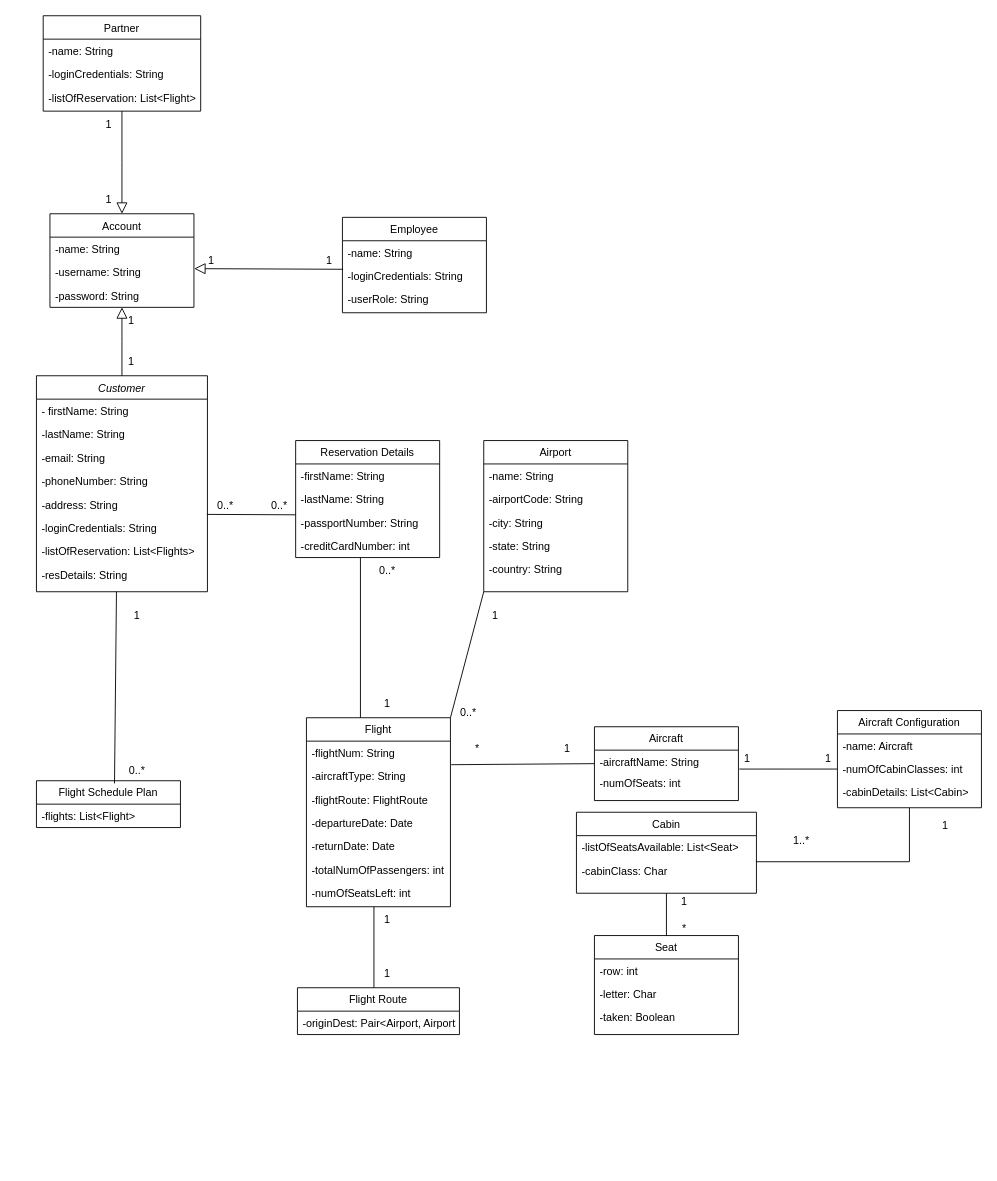
Above: Untitled Diagram.drawio in glennquah/Flight-Enterprise-System (draw.io), before the change. Source tidied: cells renumbered, new cells numbered last; positions are measured from the earlier drawing's top-left corner, leaving out a move shared by most shapes. Both pictures are drawn from the tidied source at 90%, with x=0, y=0 at pixel (36, 15).
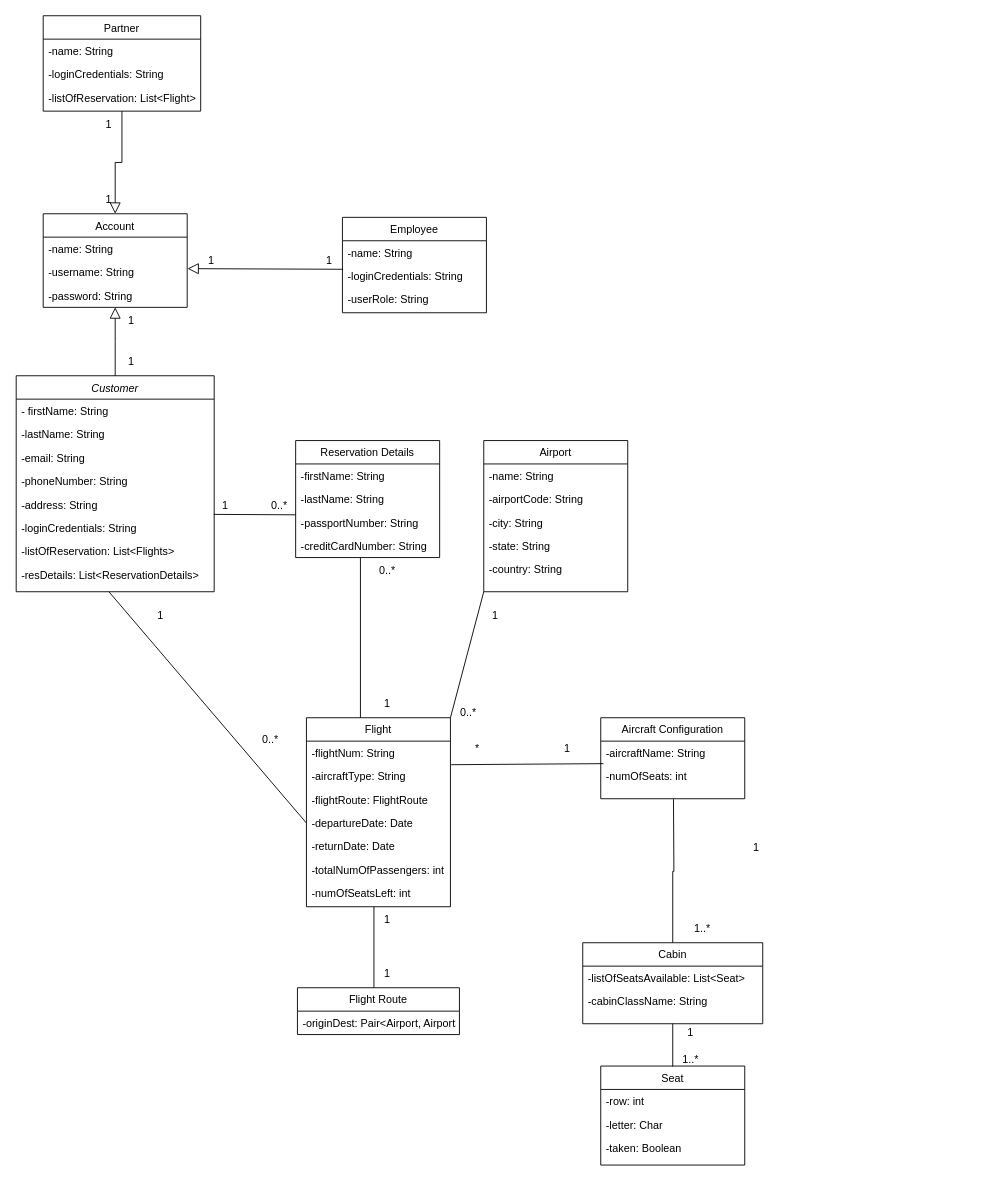
After the change.

The change refers to these unchanged cells:
```xml
<mxCell id="13" value="-aircraftType: String" style="text;align=left;verticalAlign=top;spacingLeft=4;spacingRight=4;overflow=hidden;points=[[0,0.5],[1,0.5]];portConstraint=eastwest;rounded=0;shadow=0;html=0;" parent="11" vertex="1">
  <mxGeometry y="52" width="160" height="26" as="geometry" />
</mxCell>
<mxCell id="15" value="-departureDate: Date" style="text;align=left;verticalAlign=top;spacingLeft=4;spacingRight=4;overflow=hidden;points=[[0,0.5],[1,0.5]];portConstraint=eastwest;rounded=0;shadow=0;html=0;" parent="11" vertex="1">
  <mxGeometry y="104" width="160" height="26" as="geometry" />
</mxCell>
<mxCell id="24" value="Reservation Details" style="swimlane;fontStyle=0;align=center;verticalAlign=top;horizontal=1;startSize=26;rounded=0;shadow=0;strokeWidth=1;" parent="1" vertex="1">
  <mxGeometry x="288" y="472" width="160" height="130" as="geometry" />
</mxCell>
<mxCell id="59" value="Employee" style="swimlane;fontStyle=0;align=center;verticalAlign=top;horizontal=1;startSize=26;rounded=0;shadow=0;strokeWidth=1;" parent="1" vertex="1">
  <mxGeometry x="340" y="224" width="160" height="106" as="geometry" />
</mxCell>
<mxCell id="80" value="Airport" style="swimlane;fontStyle=0;align=center;verticalAlign=top;horizontal=1;startSize=26;rounded=0;shadow=0;strokeWidth=1;" parent="1" vertex="1">
  <mxGeometry x="497" y="472" width="160" height="168" as="geometry" />
</mxCell>
```

The edit, as a diff of the source:
```diff
@@
     <mxCell id="2" value="Customer&#10;" style="swimlane;fontStyle=2;align=center;verticalAlign=top;horizontal=1;startSize=26;rounded=0;shadow=0;strokeWidth=1;" parent="1" vertex="1">
-      <mxGeometry y="400" width="190" height="240" as="geometry" />
+      <mxGeometry x="-22.5" y="400" width="220" height="240" as="geometry" />
     </mxCell>
     <mxCell id="3" value="- firstName: String" style="text;align=left;verticalAlign=top;spacingLeft=4;spacingRight=4;overflow=hidden;" parent="2" vertex="1">
-      <mxGeometry y="26" width="190" height="26" as="geometry" />
+      <mxGeometry y="26" width="220" height="26" as="geometry" />
     </mxCell>
     <mxCell id="4" value="-lastName: String" style="text;align=left;verticalAlign=top;spacingLeft=4;spacingRight=4;overflow=hidden;rounded=0;shadow=0;html=0;" parent="2" vertex="1">
-      <mxGeometry y="52" width="190" height="26" as="geometry" />
+      <mxGeometry y="52" width="220" height="26" as="geometry" />
     </mxCell>
     <mxCell id="5" value="-email: String" style="text;align=left;verticalAlign=top;spacingLeft=4;spacingRight=4;overflow=hidden;rounded=0;shadow=0;html=0;" parent="2" vertex="1">
-      <mxGeometry y="78" width="190" height="26" as="geometry" />
+      <mxGeometry y="78" width="220" height="26" as="geometry" />
     </mxCell>
     <mxCell id="6" value="-phoneNumber: String" style="text;align=left;verticalAlign=top;spacingLeft=4;spacingRight=4;overflow=hidden;rounded=0;shadow=0;html=0;" parent="2" vertex="1">
-      <mxGeometry y="104" width="190" height="26" as="geometry" />
+      <mxGeometry y="104" width="220" height="26" as="geometry" />
     </mxCell>
     <mxCell id="7" value="-address: String" style="text;align=left;verticalAlign=top;spacingLeft=4;spacingRight=4;overflow=hidden;points=[[0,0.5],[1,0.5]];portConstraint=eastwest;rounded=0;shadow=0;html=0;" parent="2" vertex="1">
-      <mxGeometry y="130" width="190" height="26" as="geometry" />
+      <mxGeometry y="130" width="220" height="26" as="geometry" />
     </mxCell>
     <mxCell id="8" value="-loginCredentials: String" style="text;align=left;verticalAlign=top;spacingLeft=4;spacingRight=4;overflow=hidden;rounded=0;shadow=0;html=0;" parent="2" vertex="1">
-      <mxGeometry y="156" width="190" height="26" as="geometry" />
+      <mxGeometry y="156" width="220" height="26" as="geometry" />
     </mxCell>
     <mxCell id="9" value="-listOfReservation: List&lt;Flights&gt;" style="text;align=left;verticalAlign=top;spacingLeft=4;spacingRight=4;overflow=hidden;rounded=0;shadow=0;html=0;" parent="2" vertex="1">
-      <mxGeometry y="182" width="190" height="26" as="geometry" />
+      <mxGeometry y="182" width="220" height="26" as="geometry" />
     </mxCell>
-    <mxCell id="10" value="-resDetails: String" style="text;align=left;verticalAlign=top;spacingLeft=4;spacingRight=4;overflow=hidden;points=[[0,0.5],[1,0.5]];portConstraint=eastwest;rounded=0;shadow=0;html=0;" parent="2" vertex="1">
-      <mxGeometry y="208" width="190" height="26" as="geometry" />
-    </mxCell>
+    <mxCell id="96" value="-resDetails: List&lt;ReservationDetails&gt;" style="text;align=left;verticalAlign=top;spacingLeft=4;spacingRight=4;overflow=hidden;points=[[0,0.5],[1,0.5]];portConstraint=eastwest;rounded=0;shadow=0;html=0;" parent="2" vertex="1">
+      <mxGeometry y="208" width="220" height="26" as="geometry" />
+    </mxCell>
@@
     <mxCell id="19" value="Account" style="swimlane;fontStyle=0;align=center;verticalAlign=top;horizontal=1;startSize=26;rounded=0;shadow=0;strokeWidth=1;" parent="1" vertex="1">
-      <mxGeometry x="15" y="220" width="160" height="104" as="geometry" />
+      <mxGeometry x="7.5" y="220" width="160" height="104" as="geometry" />
     </mxCell>
-    <mxCell id="20" value="-name: String" style="text;align=left;verticalAlign=top;spacingLeft=4;spacingRight=4;overflow=hidden;" parent="19" vertex="1">
-      <mxGeometry y="26" width="160" height="26" as="geometry" />
-    </mxCell>
+    <mxCell id="97" value="-name: String" style="text;align=left;verticalAlign=top;spacingLeft=4;spacingRight=4;overflow=hidden;" parent="19" vertex="1">
+      <mxGeometry y="26" width="160" height="26" as="geometry" />
+    </mxCell>
@@
-    <mxCell id="28" value="-creditCardNumber: int" style="text;align=left;verticalAlign=top;spacingLeft=4;spacingRight=4;overflow=hidden;rounded=0;shadow=0;html=0;" parent="24" vertex="1">
-      <mxGeometry y="104" width="160" height="26" as="geometry" />
-    </mxCell>
+    <mxCell id="98" value="-creditCardNumber: String" style="text;align=left;verticalAlign=top;spacingLeft=4;spacingRight=4;overflow=hidden;rounded=0;shadow=0;html=0;" parent="24" vertex="1">
+      <mxGeometry y="104" width="160" height="26" as="geometry" />
+    </mxCell>
@@
-    <mxCell id="33" value="Flight Schedule Plan" style="swimlane;fontStyle=0;align=center;verticalAlign=top;horizontal=1;startSize=26;rounded=0;shadow=0;strokeWidth=1;" parent="1" vertex="1">
-      <mxGeometry y="850" width="160" height="52" as="geometry" />
-    </mxCell>
-    <mxCell id="34" value="-flights: List&lt;Flight&gt;" style="text;align=left;verticalAlign=top;spacingLeft=4;spacingRight=4;overflow=hidden;" parent="33" vertex="1">
-      <mxGeometry y="26" width="160" height="26" as="geometry" />
-    </mxCell>
-    <mxCell id="35" value="1" style="text;html=1;strokeColor=none;fillColor=none;align=center;verticalAlign=middle;whiteSpace=wrap;rounded=0;" parent="1" vertex="1">
-      <mxGeometry x="82" y="652" width="60" height="30" as="geometry" />
-    </mxCell>
-    <mxCell id="36" value="0..*" style="text;html=1;strokeColor=none;fillColor=none;align=center;verticalAlign=middle;whiteSpace=wrap;rounded=0;" parent="1" vertex="1">
-      <mxGeometry x="82" y="824" width="60" height="30" as="geometry" />
-    </mxCell>
-    <mxCell id="37" value="0..*" style="text;html=1;strokeColor=none;fillColor=none;align=center;verticalAlign=middle;whiteSpace=wrap;rounded=0;" parent="1" vertex="1">
-      <mxGeometry x="180" y="530" width="60" height="30" as="geometry" />
-    </mxCell>
+    <mxCell id="99" value="1" style="text;html=1;strokeColor=none;fillColor=none;align=center;verticalAlign=middle;whiteSpace=wrap;rounded=0;" parent="1" vertex="1">
+      <mxGeometry x="107.5" y="652" width="60" height="30" as="geometry" />
+    </mxCell>
+    <mxCell id="100" value="0..*" style="text;html=1;strokeColor=none;fillColor=none;align=center;verticalAlign=middle;whiteSpace=wrap;rounded=0;" parent="1" vertex="1">
+      <mxGeometry x="230" y="790" width="60" height="30" as="geometry" />
+    </mxCell>
+    <mxCell id="101" value="1" style="text;html=1;strokeColor=none;fillColor=none;align=center;verticalAlign=middle;whiteSpace=wrap;rounded=0;" parent="1" vertex="1">
+      <mxGeometry x="180" y="530" width="60" height="30" as="geometry" />
+    </mxCell>
@@
-    <mxCell id="39" style="edgeStyle=orthogonalEdgeStyle;rounded=0;jettySize=auto;html=1;entryX=0.5;entryY=1;entryDx=0;entryDy=0;endArrow=none;endFill=0;" parent="1" edge="1" target="89">
-      <mxGeometry relative="1" as="geometry">
-        <mxPoint x="800" y="939" as="sourcePoint" />
-        <Array as="points">
-          <mxPoint x="970" y="940" />
-        </Array>
-      </mxGeometry>
-    </mxCell>
     <mxCell id="40" value="Cabin" style="swimlane;fontStyle=0;align=center;verticalAlign=top;horizontal=1;startSize=26;rounded=0;shadow=0;strokeWidth=1;" parent="1" vertex="1">
-      <mxGeometry x="600" y="885" width="200" height="90" as="geometry" />
+      <mxGeometry x="607" y="1030" width="200" height="90" as="geometry" />
     </mxCell>
@@
-    <mxCell id="42" value="-cabinClass: Char" style="text;align=left;verticalAlign=top;spacingLeft=4;spacingRight=4;overflow=hidden;rounded=0;shadow=0;html=0;" parent="40" vertex="1">
-      <mxGeometry y="52" width="200" height="26" as="geometry" />
-    </mxCell>
-    <mxCell id="43" value="1" style="text;html=1;strokeColor=none;fillColor=none;align=center;verticalAlign=middle;whiteSpace=wrap;rounded=0;" parent="1" vertex="1">
-      <mxGeometry x="980" y="885" width="60" height="30" as="geometry" />
-    </mxCell>
-    <mxCell id="44" value="1..*" style="text;html=1;strokeColor=none;fillColor=none;align=center;verticalAlign=middle;whiteSpace=wrap;rounded=0;" parent="1" vertex="1">
-      <mxGeometry x="820" y="902" width="60" height="30" as="geometry" />
-    </mxCell>
+    <mxCell id="102" value="-cabinClassName: String" style="text;align=left;verticalAlign=top;spacingLeft=4;spacingRight=4;overflow=hidden;rounded=0;shadow=0;html=0;" parent="40" vertex="1">
+      <mxGeometry y="52" width="200" height="26" as="geometry" />
+    </mxCell>
+    <mxCell id="103" value="1" style="text;html=1;strokeColor=none;fillColor=none;align=center;verticalAlign=middle;whiteSpace=wrap;rounded=0;" parent="1" vertex="1">
+      <mxGeometry x="770" y="910" width="60" height="30" as="geometry" />
+    </mxCell>
+    <mxCell id="104" value="1..*" style="text;html=1;strokeColor=none;fillColor=none;align=center;verticalAlign=middle;whiteSpace=wrap;rounded=0;" parent="1" vertex="1">
+      <mxGeometry x="710" y="1000" width="60" height="30" as="geometry" />
+    </mxCell>
     <mxCell id="45" value="Seat" style="swimlane;fontStyle=0;align=center;verticalAlign=top;horizontal=1;startSize=26;rounded=0;shadow=0;strokeWidth=1;" parent="1" vertex="1">
-      <mxGeometry x="620" y="1022" width="160" height="110" as="geometry" />
+      <mxGeometry x="627" y="1167" width="160" height="110" as="geometry" />
     </mxCell>
@@
-    <mxCell id="49" value="1" style="text;html=1;strokeColor=none;fillColor=none;align=center;verticalAlign=middle;whiteSpace=wrap;rounded=0;" parent="1" vertex="1">
-      <mxGeometry x="690" y="970" width="60" height="30" as="geometry" />
-    </mxCell>
-    <mxCell id="50" value="*" style="text;html=1;strokeColor=none;fillColor=none;align=center;verticalAlign=middle;whiteSpace=wrap;rounded=0;" parent="1" vertex="1">
-      <mxGeometry x="690" y="1000" width="60" height="30" as="geometry" />
-    </mxCell>
+    <mxCell id="105" value="1" style="text;html=1;strokeColor=none;fillColor=none;align=center;verticalAlign=middle;whiteSpace=wrap;rounded=0;" parent="1" vertex="1">
+      <mxGeometry x="697" y="1115" width="60" height="30" as="geometry" />
+    </mxCell>
+    <mxCell id="106" value="1..*" style="text;html=1;strokeColor=none;fillColor=none;align=center;verticalAlign=middle;whiteSpace=wrap;rounded=0;" parent="1" vertex="1">
+      <mxGeometry x="697" y="1145" width="60" height="30" as="geometry" />
+    </mxCell>
@@
-    <mxCell id="57" style="endArrow=none;html=1;rounded=0;entryX=0.542;entryY=0.058;entryDx=0;entryDy=0;exitX=0.468;exitY=1.229;exitDx=0;exitDy=0;entryPerimeter=0;exitPerimeter=0;" parent="1" edge="1" source="10" target="33">
-      <mxGeometry relative="1" as="geometry" />
-    </mxCell>
+    <mxCell id="107" style="endArrow=none;html=1;rounded=0;entryX=0;entryY=0.5;entryDx=0;entryDy=0;exitX=0.468;exitY=1.229;exitDx=0;exitDy=0;exitPerimeter=0;" parent="1" edge="1" source="96" target="15">
+      <mxGeometry relative="1" as="geometry" />
+    </mxCell>
@@
-    <mxCell id="60" value="-name: String" style="text;align=left;verticalAlign=top;spacingLeft=4;spacingRight=4;overflow=hidden;" parent="59" vertex="1">
-      <mxGeometry y="26" width="160" height="26" as="geometry" />
-    </mxCell>
+    <mxCell id="108" value="-name: String" style="text;align=left;verticalAlign=top;spacingLeft=4;spacingRight=4;overflow=hidden;" parent="59" vertex="1">
+      <mxGeometry y="26" width="160" height="26" as="geometry" />
+    </mxCell>
@@
-    <mxCell id="72" value="Aircraft" style="swimlane;fontStyle=0;align=center;verticalAlign=top;horizontal=1;startSize=26;rounded=0;shadow=0;strokeWidth=1;" parent="1" vertex="1">
-      <mxGeometry x="620" y="790" width="160" height="82" as="geometry" />
-    </mxCell>
-    <mxCell id="73" value="-aircraftName: String" style="text;align=left;verticalAlign=top;spacingLeft=4;spacingRight=4;overflow=hidden;" parent="72" vertex="1">
-      <mxGeometry y="26" width="160" height="24" as="geometry" />
-    </mxCell>
-    <mxCell id="74" value="-numOfSeats: int" style="text;align=left;verticalAlign=top;spacingLeft=4;spacingRight=4;overflow=hidden;points=[[0,0.5],[1,0.5]];portConstraint=eastwest;" parent="72" vertex="1">
-      <mxGeometry y="50" width="160" height="20" as="geometry" />
-    </mxCell>
@@
-    <mxCell id="77" style="endArrow=none;html=1;rounded=0;entryX=0;entryY=0.5;entryDx=0;entryDy=0;exitX=1.005;exitY=0.006;exitDx=0;exitDy=0;exitPerimeter=0;" parent="1" edge="1" source="13" target="72">
-      <mxGeometry relative="1" as="geometry" />
-    </mxCell>
+    <mxCell id="109" style="endArrow=none;html=1;rounded=0;entryX=0;entryY=0.5;entryDx=0;entryDy=0;exitX=1.005;exitY=0.006;exitDx=0;exitDy=0;exitPerimeter=0;" parent="1" edge="1" source="13">
+      <mxGeometry relative="1" as="geometry">
+        <mxPoint x="630" y="831" as="targetPoint" />
+      </mxGeometry>
+    </mxCell>
@@
-    <mxCell id="81" value="-name: String" style="text;align=left;verticalAlign=top;spacingLeft=4;spacingRight=4;overflow=hidden;" parent="80" vertex="1">
-      <mxGeometry y="26" width="160" height="26" as="geometry" />
-    </mxCell>
+    <mxCell id="110" value="-name: String" style="text;align=left;verticalAlign=top;spacingLeft=4;spacingRight=4;overflow=hidden;" parent="80" vertex="1">
+      <mxGeometry y="26" width="160" height="26" as="geometry" />
+    </mxCell>
@@
     <mxCell id="89" value="Aircraft Configuration" style="swimlane;fontStyle=0;align=center;verticalAlign=top;horizontal=1;startSize=26;rounded=0;shadow=0;strokeWidth=1;" parent="1" vertex="1">
-      <mxGeometry x="890" y="772" width="160" height="108" as="geometry" />
+      <mxGeometry x="627" y="780" width="160" height="90" as="geometry" />
     </mxCell>
-    <mxCell id="90" value="-name: Aircraft" style="text;align=left;verticalAlign=top;spacingLeft=4;spacingRight=4;overflow=hidden;" parent="89" vertex="1">
-      <mxGeometry y="26" width="160" height="26" as="geometry" />
-    </mxCell>
-    <mxCell id="91" value="-numOfCabinClasses: int" style="text;align=left;verticalAlign=top;spacingLeft=4;spacingRight=4;overflow=hidden;points=[[0,0.5],[1,0.5]];portConstraint=eastwest;rounded=0;shadow=0;html=0;" parent="89" vertex="1">
-      <mxGeometry y="52" width="160" height="26" as="geometry" />
-    </mxCell>
-    <mxCell id="92" value="-cabinDetails: List&lt;Cabin&gt;" style="text;align=left;verticalAlign=top;spacingLeft=4;spacingRight=4;overflow=hidden;rounded=0;shadow=0;html=0;" parent="89" vertex="1">
-      <mxGeometry y="78" width="160" height="26" as="geometry" />
-    </mxCell>
-    <mxCell id="93" style="endArrow=none;html=1;rounded=0;exitX=1.006;exitY=-0.149;exitDx=0;exitDy=0;exitPerimeter=0;entryX=0;entryY=0.5;entryDx=0;entryDy=0;" parent="1" edge="1" source="74" target="91">
-      <mxGeometry relative="1" as="geometry" />
-    </mxCell>
-    <mxCell id="94" value="1" style="text;html=1;strokeColor=none;fillColor=none;align=center;verticalAlign=middle;whiteSpace=wrap;rounded=0;" parent="1" vertex="1">
-      <mxGeometry x="760" y="811" width="60" height="30" as="geometry" />
-    </mxCell>
-    <mxCell id="95" value="1" style="text;html=1;strokeColor=none;fillColor=none;align=center;verticalAlign=middle;whiteSpace=wrap;rounded=0;" parent="1" vertex="1">
-      <mxGeometry x="850" y="811" width="60" height="30" as="geometry" />
-    </mxCell>
+    <mxCell id="73" value="-aircraftName: String" style="text;align=left;verticalAlign=top;spacingLeft=4;spacingRight=4;overflow=hidden;" parent="89" vertex="1">
+      <mxGeometry y="26" width="160" height="26" as="geometry" />
+    </mxCell>
+    <mxCell id="74" value="-numOfSeats: int" style="text;align=left;verticalAlign=top;spacingLeft=4;spacingRight=4;overflow=hidden;points=[[0,0.5],[1,0.5]];portConstraint=eastwest;rounded=0;shadow=0;html=0;" parent="89" vertex="1">
+      <mxGeometry y="52" width="160" height="26" as="geometry" />
+    </mxCell>
+    <mxCell id="111" style="edgeStyle=orthogonalEdgeStyle;rounded=0;jettySize=auto;html=1;entryX=0.486;entryY=1.015;entryDx=0;entryDy=0;entryPerimeter=0;endArrow=none;endFill=0;" parent="1" edge="1" source="40">
+      <mxGeometry relative="1" as="geometry">
+        <mxPoint x="707.8" y="870.4" as="targetPoint" />
+      </mxGeometry>
+    </mxCell>
```
